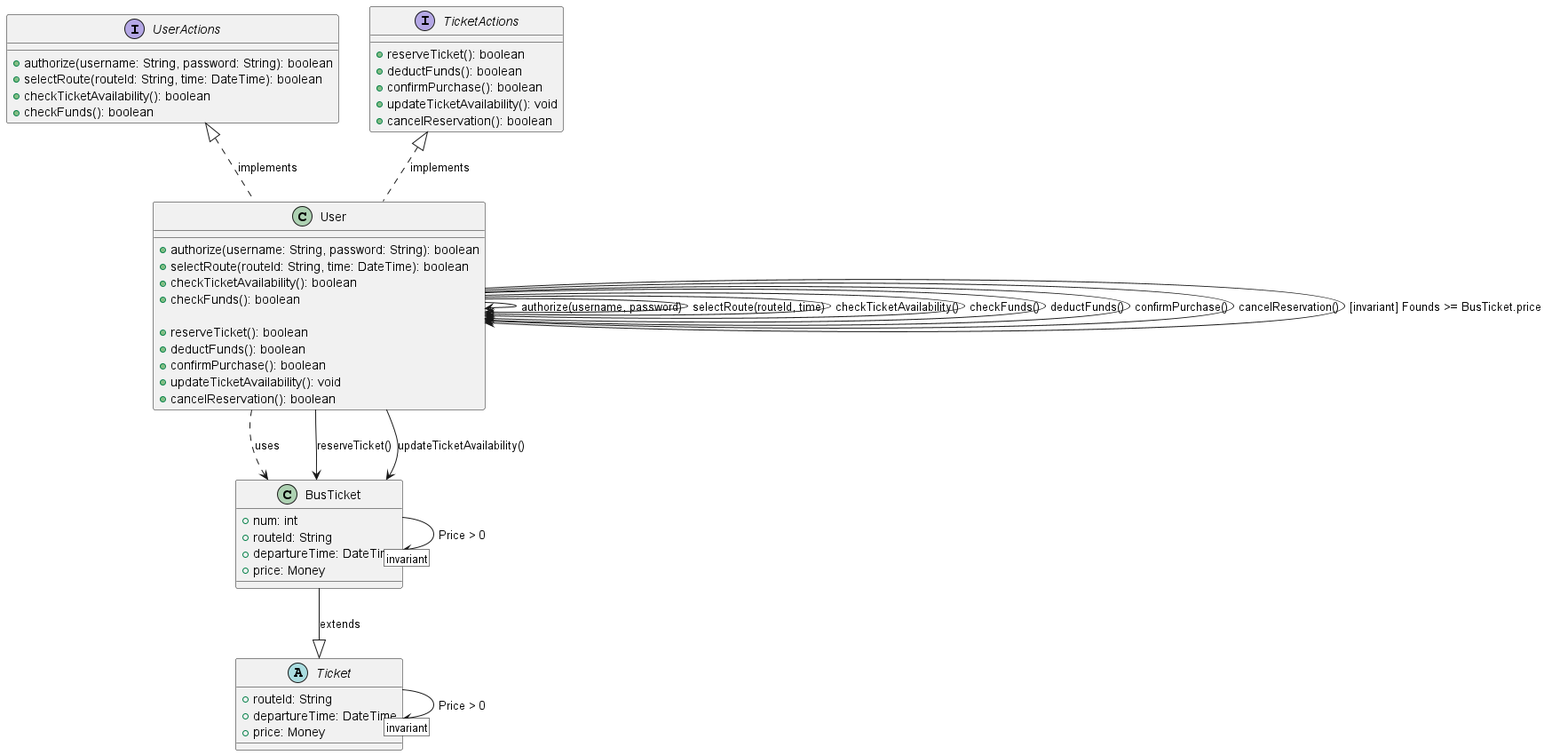
This is DZ4/onlineTicket/onlineTicketUMLdiagram.png from Chernyimisha/DzSoftwareArchitecture, a PlantUML export, as it was before one commit.
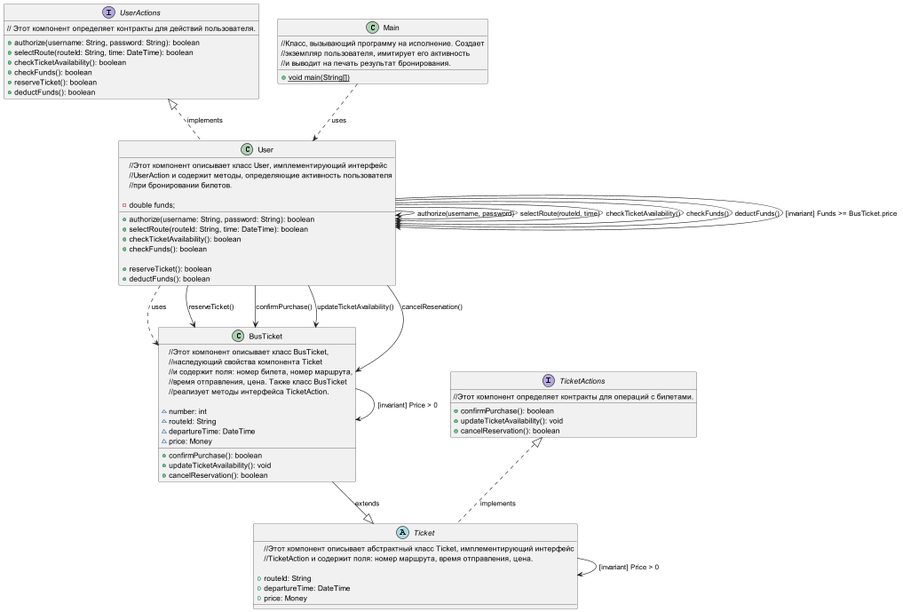
After the change.

Diff of the diagram source:
```diff
@@ -1,27 +1,45 @@
 @startuml
 
 interface UserActions {
+// Этот компонент определяет контракты для действий пользователя.
+
 +authorize(username: String, password: String): boolean
 +selectRoute(routeId: String, time: DateTime): boolean
 +checkTicketAvailability(): boolean
 +checkFunds(): boolean
++reserveTicket(): boolean
++deductFunds(): boolean
 }
 
 UserActions <|.. User: implements
 
 interface TicketActions {
-+reserveTicket(): boolean
-+deductFunds(): boolean
+//Этот компонент определяет контракты для операций с билетами.
+
 +confirmPurchase(): boolean
 +updateTicketAvailability(): void
 +cancelReservation(): boolean
 }
 
-TicketActions <|.. User: implements
+TicketActions <|.. Ticket: implements
 
 
+class Main{
+//Класс, вызывающий программу на исполнение. Создает
+//экземпляр пользователя, имитирует его активность
+//и выводит на печать результат бронирования.
+
++ {static} void main(String[])
+}
+
+Main ..> User : uses
+
 class User {
+//Этот компонент описывает класс User, имплементирующий интерфейс
+//UserAction и содержит методы, определяющие активность пользователя
+//при бронировании билетов.
 
+-double funds;
 +authorize(username: String, password: String): boolean
 +selectRoute(routeId: String, time: DateTime): boolean
 +checkTicketAvailability(): boolean
@@ -29,14 +47,14 @@
 
 +reserveTicket(): boolean
 +deductFunds(): boolean
-+confirmPurchase(): boolean
-+updateTicketAvailability(): void
-+cancelReservation(): boolean
 }
 
 User ..> BusTicket : uses
 
 abstract class Ticket {
+//Этот компонент описывает абстрактный класс Ticket, имплементирующий интерфейс
+//TicketAction и содержит поля: номер маршрута, время отправления, цена.
+
 +routeId: String
 +departureTime: DateTime
 +price: Money
@@ -44,10 +62,20 @@
 
 
 class BusTicket {
-+num: int
-+routeId: String
-+departureTime: DateTime
-+price: Money
+//Этот компонент описывает класс BusTicket,
+//наследующий свойства компонента Ticket
+//и содержит поля: номер билета, номер маршрута,
+//время отправления, цена. Также класс BusTicket
+//реализует методы интерфейса TicketAction.
+
+~number: int
+~routeId: String
+~departureTime: DateTime
+~price: Money
+
++confirmPurchase(): boolean
++updateTicketAvailability(): void
++cancelReservation(): boolean
 }
 
 BusTicket --|> Ticket: extends
@@ -62,14 +90,13 @@
 
 
 User --> User : deductFunds()
-User --> User : confirmPurchase()
+User --> BusTicket : confirmPurchase()
 User --> BusTicket : updateTicketAvailability()
-User --> User : cancelReservation()
+User --> BusTicket : cancelReservation()
 
 
-
-User --> User : [invariant] Founds >= BusTicket.price
-BusTicket --> [invariant] BusTicket : Price > 0
-Ticket --> [invariant] Ticket : Price > 0
+User --> User : [invariant] Funds >= BusTicket.price
+BusTicket --> BusTicket : [invariant] Price > 0
+Ticket --> Ticket : [invariant] Price > 0
 
 @enduml
```
